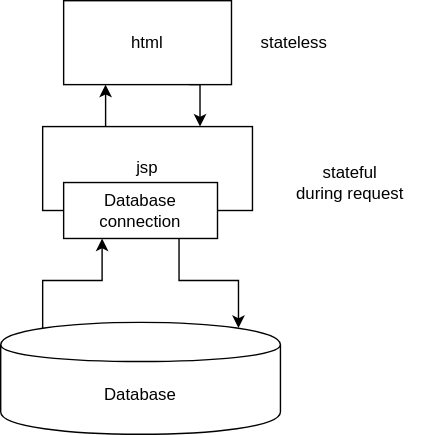
mulcloud/state-management-demo keeps this draw.io diagram as README/3-tier.drawio.svg. Above is the earlier version. Source tidied: cells renumbered, new cells last; positions are measured from the earlier drawing's top-left corner, leaving out a move shared by most shapes.
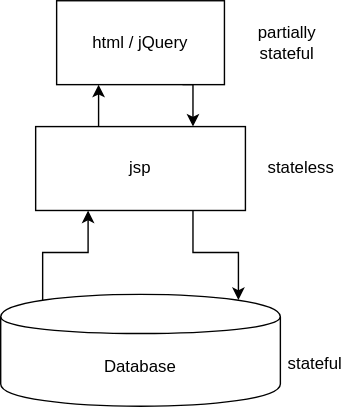
After the change.

Diff of the diagram source:
```diff
@@ -2,11 +2,11 @@
   <root>
     <mxCell id="0" />
     <mxCell id="1" parent="0" />
-    <mxCell id="2" style="edgeStyle=orthogonalEdgeStyle;rounded=0;jettySize=auto;html=1;exitX=0.15;exitY=0.05;exitDx=0;exitDy=0;entryX=0.25;entryY=1;entryDx=0;entryDy=0;exitPerimeter=0;" parent="1" edge="1" source="3" target="11">
+    <mxCell id="2" style="edgeStyle=orthogonalEdgeStyle;rounded=0;jettySize=auto;html=1;exitX=0.15;exitY=0.05;exitDx=0;exitDy=0;entryX=0.25;entryY=1;entryDx=0;entryDy=0;exitPerimeter=0;" parent="1" edge="1" source="3" target="5">
       <mxGeometry relative="1" as="geometry" />
     </mxCell>
     <mxCell id="3" value="Database" style="shape=cylinder;whiteSpace=wrap;html=1;boundedLbl=1;backgroundOutline=1;" parent="1" vertex="1">
-      <mxGeometry y="230" width="200" height="80" as="geometry" />
+      <mxGeometry x="5" y="210" width="200" height="80" as="geometry" />
     </mxCell>
     <mxCell id="4" style="edgeStyle=orthogonalEdgeStyle;rounded=0;jettySize=auto;html=1;exitX=0.25;exitY=0;exitDx=0;exitDy=0;entryX=0.25;entryY=1;entryDx=0;entryDy=0;" parent="1" edge="1" source="5" target="7">
       <mxGeometry relative="1" as="geometry" />
@@ -17,20 +17,20 @@
     <mxCell id="6" style="edgeStyle=orthogonalEdgeStyle;rounded=0;jettySize=auto;html=1;exitX=0.75;exitY=1;exitDx=0;exitDy=0;entryX=0.75;entryY=0;entryDx=0;entryDy=0;" parent="1" edge="1" source="7" target="5">
       <mxGeometry relative="1" as="geometry" />
     </mxCell>
-    <mxCell id="7" value="html" style="rounded=0;whiteSpace=wrap;html=1;" parent="1" vertex="1">
+    <mxCell id="7" value="html / jQuery" style="rounded=0;whiteSpace=wrap;html=1;" parent="1" vertex="1">
       <mxGeometry x="45" width="120" height="60" as="geometry" />
     </mxCell>
-    <mxCell id="8" value="stateful&lt;br&gt;during request" style="text;html=1;strokeColor=none;fillColor=none;align=center;verticalAlign=middle;whiteSpace=wrap;rounded=0;" parent="1" vertex="1">
-      <mxGeometry x="190" y="120" width="120" height="20" as="geometry" />
-    </mxCell>
-    <mxCell id="9" value="stateless" style="text;html=1;strokeColor=none;fillColor=none;align=center;verticalAlign=middle;whiteSpace=wrap;rounded=0;" parent="1" vertex="1">
+    <mxCell id="9" value="partially&lt;br&gt;stateful" style="text;html=1;strokeColor=none;fillColor=none;align=center;verticalAlign=middle;whiteSpace=wrap;rounded=0;" parent="1" vertex="1">
       <mxGeometry x="190" y="20" width="40" height="20" as="geometry" />
     </mxCell>
-    <mxCell id="10" style="edgeStyle=orthogonalEdgeStyle;rounded=0;jettySize=auto;html=1;exitX=0.75;exitY=1;exitDx=0;exitDy=0;entryX=0.85;entryY=0.05;entryDx=0;entryDy=0;entryPerimeter=0;" parent="1" edge="1" source="11" target="3">
+    <mxCell id="10" style="edgeStyle=orthogonalEdgeStyle;rounded=0;jettySize=auto;html=1;exitX=0.75;exitY=1;exitDx=0;exitDy=0;entryX=0.85;entryY=0.05;entryDx=0;entryDy=0;entryPerimeter=0;" parent="1" edge="1" source="5" target="3">
       <mxGeometry relative="1" as="geometry" />
     </mxCell>
-    <mxCell id="11" value="Database&lt;br&gt;connection" style="rounded=0;whiteSpace=wrap;html=1;" parent="1" vertex="1">
-      <mxGeometry x="45" y="130" width="110" height="40" as="geometry" />
-    </mxCell>
+    <mxCell id="12" value="stateless" style="text;html=1;strokeColor=none;fillColor=none;align=center;verticalAlign=middle;whiteSpace=wrap;rounded=0;" parent="1" vertex="1">
+      <mxGeometry x="200" y="110" width="40" height="20" as="geometry" />
+    </mxCell>
+    <mxCell id="13" value="stateful" style="text;html=1;strokeColor=none;fillColor=none;align=center;verticalAlign=middle;whiteSpace=wrap;rounded=0;" parent="1" vertex="1">
+      <mxGeometry x="210" y="250" width="40" height="20" as="geometry" />
+    </mxCell>
   </root>
 </mxGraphModel>
```
